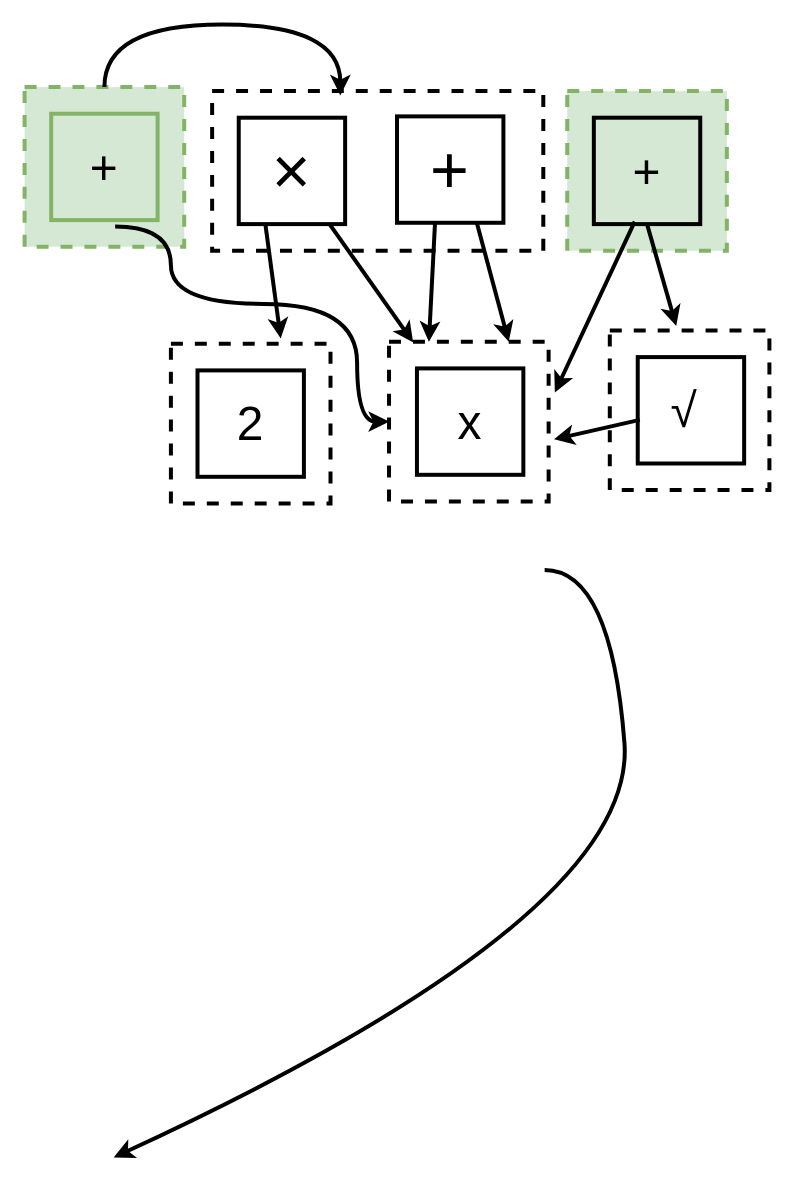
Above: page "mutation" (11 of 18) of draw/egraph_workshop.drawio in folivetti/egraph_slides (draw.io), before the change. Source tidied: cells renumbered, new cells numbered last; positions are measured from the earlier drawing's top-left corner, leaving out a move shared by most shapes. Both pictures are drawn from the tidied source at 133%, with x=0, y=0 at pixel (24, 24).
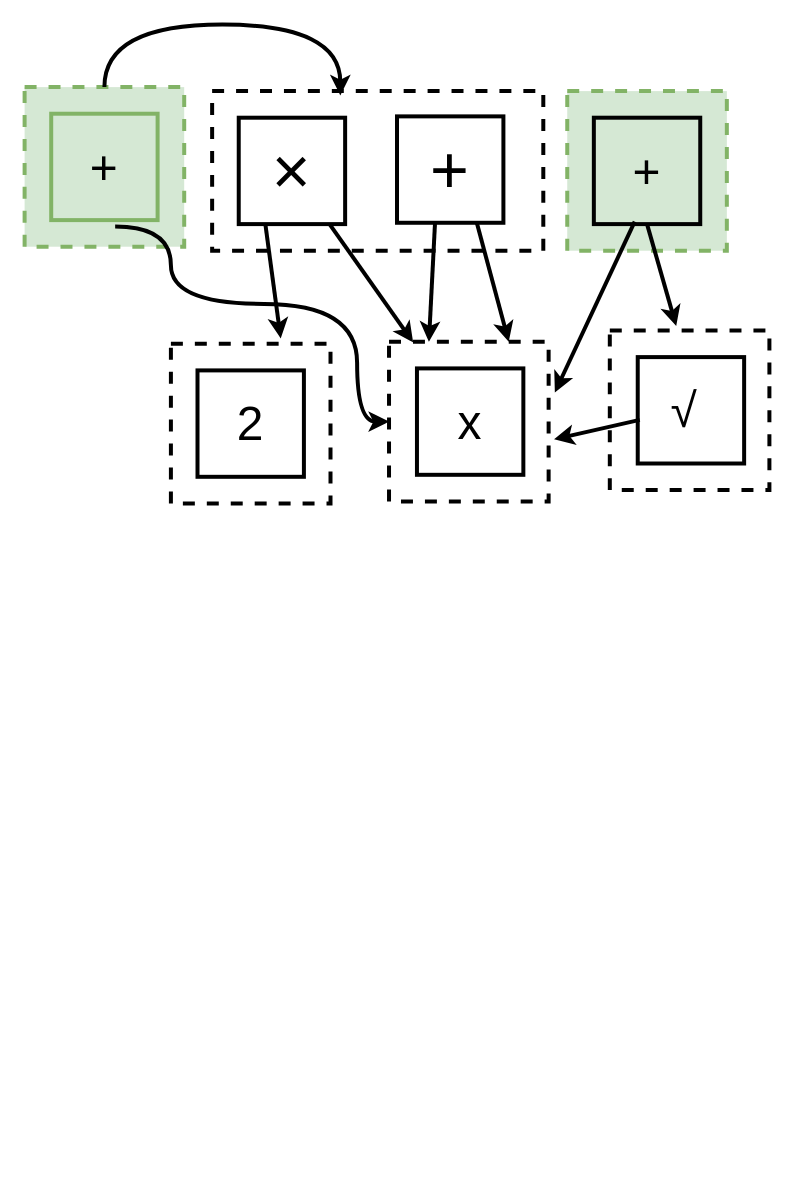
After the change.

Diff of the diagram source:
```diff
@@
-    <mxCell id="4" style="curved=1;endArrow=classic;html=1;rounded=0;entryX=0.642;entryY=1.014;entryDx=0;entryDy=0;entryPerimeter=0;exitX=0.25;exitY=1;exitDx=0;exitDy=0;strokeWidth=3;" parent="1" edge="1">
-      <mxGeometry relative="1" as="geometry">
-        <mxPoint x="391" y="410" as="sourcePoint" />
-        <mxPoint x="67" y="851.7" as="targetPoint" />
-        <Array as="points">
-          <mxPoint x="441" y="410" />
-          <mxPoint x="461" y="670" />
-        </Array>
-      </mxGeometry>
-    </mxCell>
```
